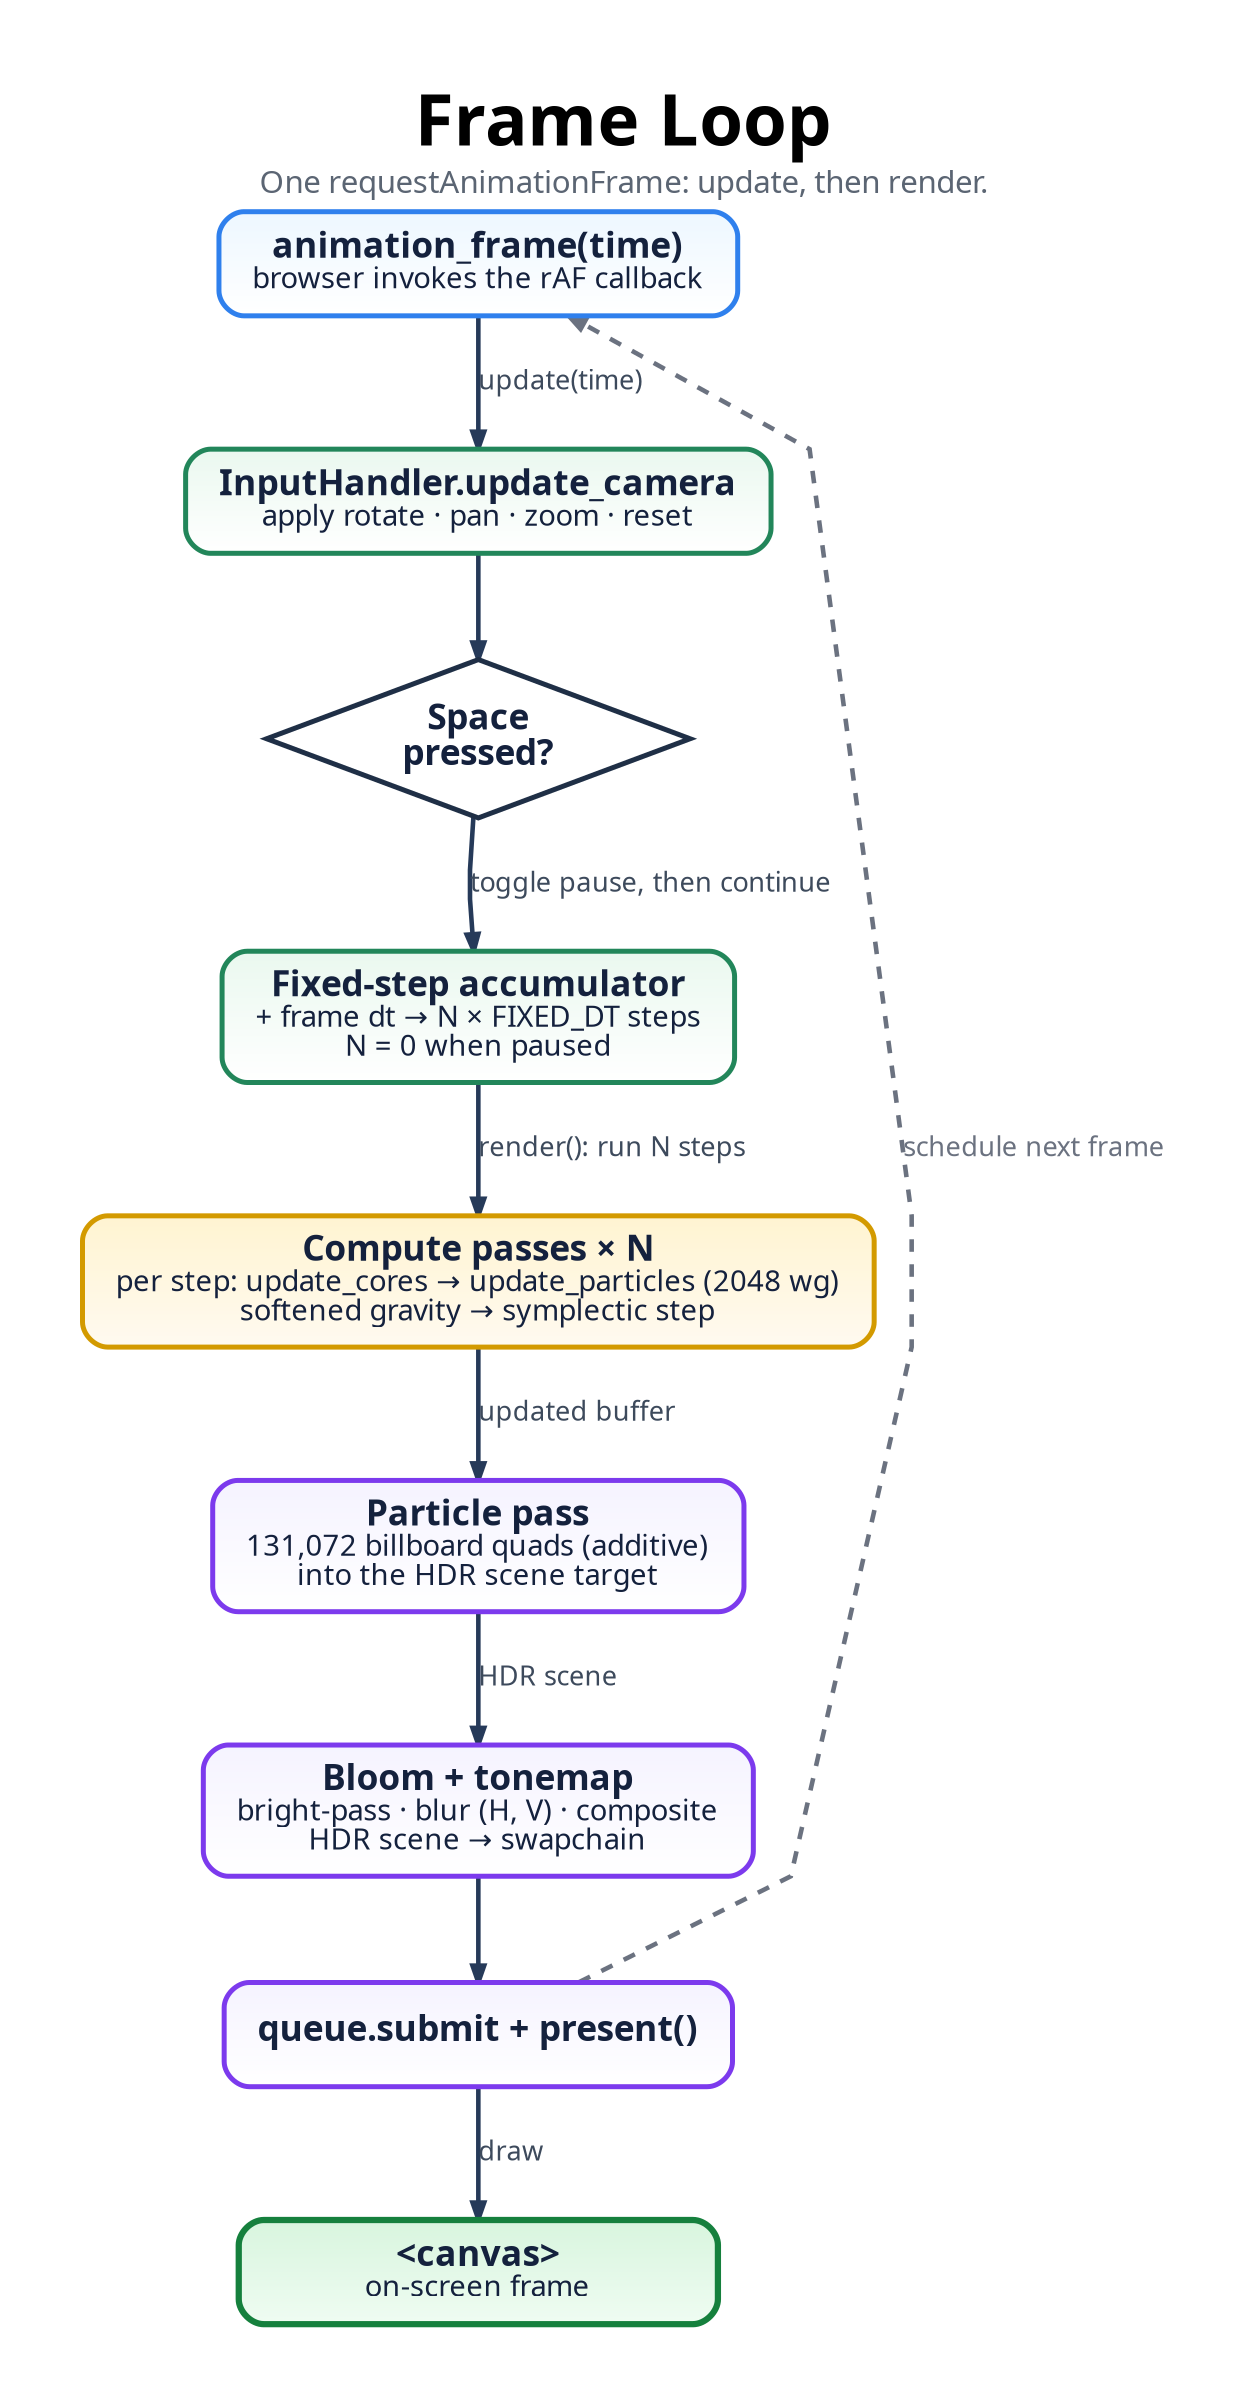
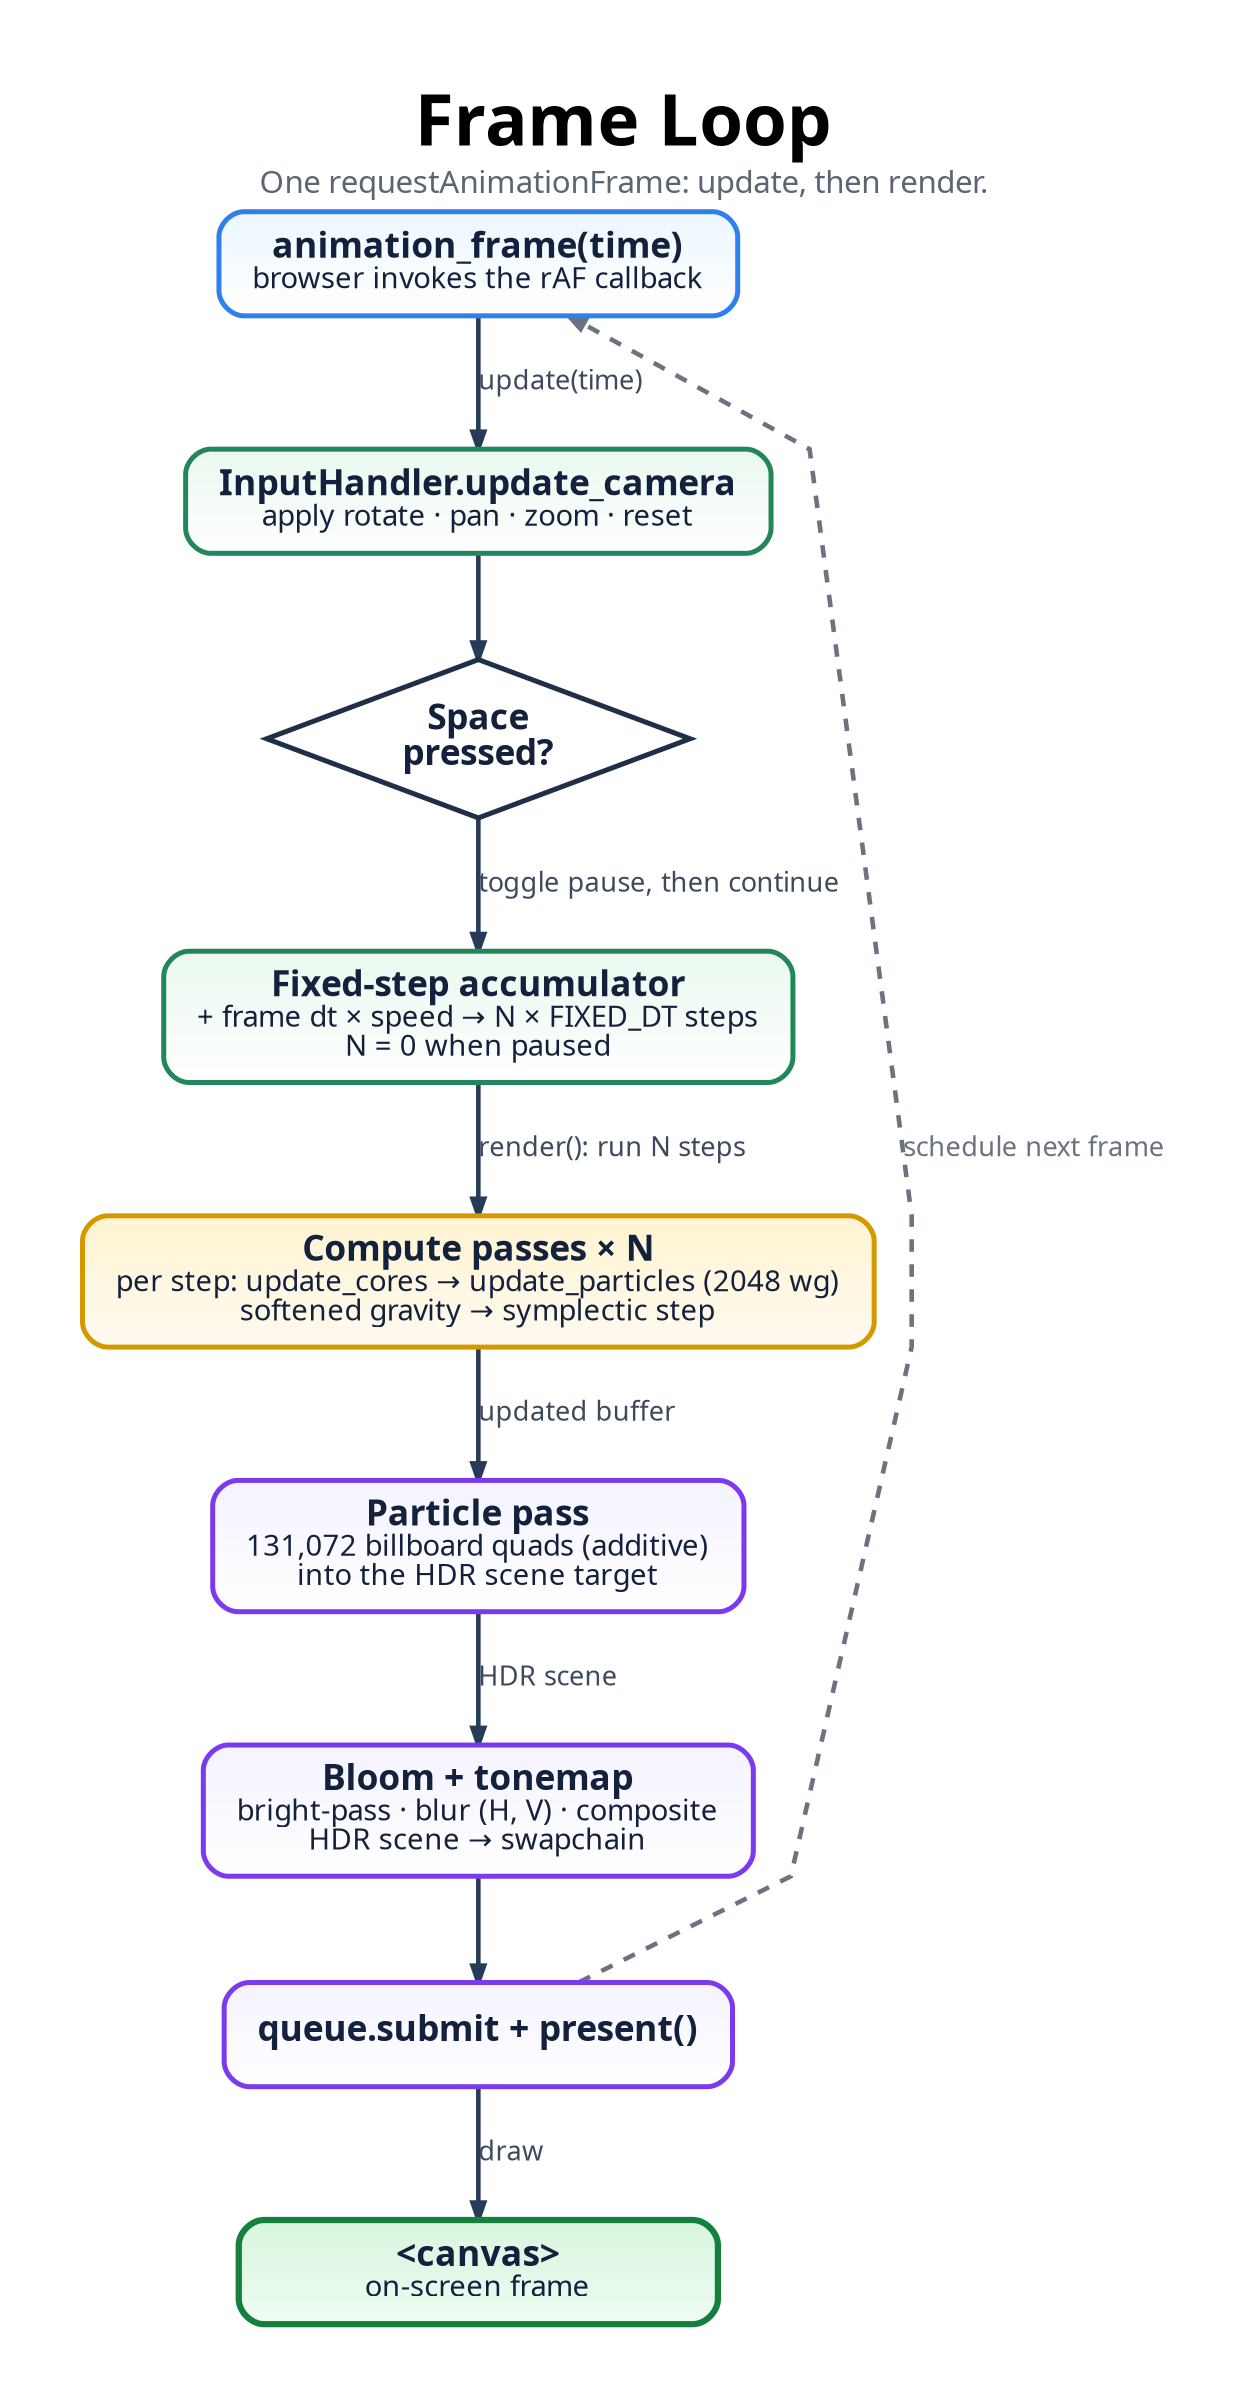
digraph FrameLoop {
  graph [
    rankdir=TB,
    bgcolor="#ffffff",
    pad="0.55",
    nodesep="0.5",
    ranksep="0.7",
    splines=polyline,
    outputorder=edgesfirst,
    newrank=true,
    forcelabels=true,
    fontname="Avenir",
    label=<
      <TABLE BORDER="0" CELLBORDER="0" CELLSPACING="0" CELLPADDING="0">
        <TR><TD><FONT POINT-SIZE="34"><B>Frame Loop</B></FONT></TD></TR>
        <TR><TD><FONT POINT-SIZE="15" COLOR="#5b6573">One requestAnimationFrame: update, then render.</FONT></TD></TR>
      </TABLE>
    >,
    labelloc=t,
    labeljust=c
  ];

  node [
    shape=box,
    style="rounded,filled",
    margin="0.22,0.13",
    width=3.2,
    height=0.7,
    fontname="Avenir",
    fontsize=17,
    penwidth=2.4,
    fontcolor="#14213d",
    color="#2264c7",
    fillcolor="#eaf3ff:#ffffff",
    gradientangle=270
  ];

  edge [
    color="#263a59",
    fontname="Avenir",
    fontsize=13,
    fontcolor="#3d4a5c",
    penwidth=2.2,
    arrowsize=0.8
  ];

  START [label=<<B>animation_frame(time)</B><BR/><FONT POINT-SIZE="14">browser invokes the rAF callback</FONT>>, fillcolor="#edf7ff:#ffffff", color="#2f80ed"];

  // update phase (green)
  U1 [label=<<B>InputHandler.update_camera</B><BR/><FONT POINT-SIZE="14">apply rotate · pan · zoom · reset</FONT>>, fillcolor="#eaf8ef:#ffffff", color="#22865a"];
  U2 [shape=diamond, style=filled, fillcolor="#ffffff", color="#1f2f46", penwidth=2.4, width=2.4, height=1.05, label=<<B>Space<BR/>pressed?</B>>];
-   U3 [label=<<B>Fixed-step accumulator</B><BR/><FONT POINT-SIZE="14">+ frame dt → N × FIXED_DT steps<BR/>N = 0 when paused</FONT>>, fillcolor="#eaf8ef:#ffffff", color="#22865a"];
+   U3 [label=<<B>Fixed-step accumulator</B><BR/><FONT POINT-SIZE="14">+ frame dt × speed → N × FIXED_DT steps<BR/>N = 0 when paused</FONT>>, fillcolor="#eaf8ef:#ffffff", color="#22865a"];

  // render phase
  CP [label=<<B>Compute passes × N</B><BR/><FONT POINT-SIZE="14">per step: update_cores → update_particles (2048 wg)<BR/>softened gravity → symplectic step</FONT>>, fillcolor="#fff4d1:#fffaf0", color="#d39a00"];
  RP [label=<<B>Particle pass</B><BR/><FONT POINT-SIZE="14">131,072 billboard quads (additive)<BR/>into the HDR scene target</FONT>>, fillcolor="#f5f3ff:#ffffff", color="#7c3aed"];
  BLOOM [label=<<B>Bloom + tonemap</B><BR/><FONT POINT-SIZE="14">bright-pass · blur (H, V) · composite<BR/>HDR scene → swapchain</FONT>>, fillcolor="#f5f3ff:#ffffff", color="#7c3aed"];
  PRES [label=<<B>queue.submit + present()</B>>, fillcolor="#f5f3ff:#ffffff", color="#7c3aed"];

  CANVAS [label=<<B>&lt;canvas&gt;</B><BR/><FONT POINT-SIZE="14">on-screen frame</FONT>>, fillcolor="#d8f5de:#effcf2", color="#15803d", penwidth=3.0];

  START -> U1 [label="update(time)"];
  U1 -> U2;
  U2 -> U3 [label="toggle pause, then continue"];
  U3 -> CP [label="render(): run N steps"];
  CP -> RP [label="updated buffer"];
  RP -> BLOOM [label="HDR scene"];
  BLOOM -> PRES;
  PRES -> CANVAS [label="draw"];

  PRES -> START [label="schedule next frame", color="#6b7280", fontcolor="#6b7280", style=dashed, constraint=false];
}
